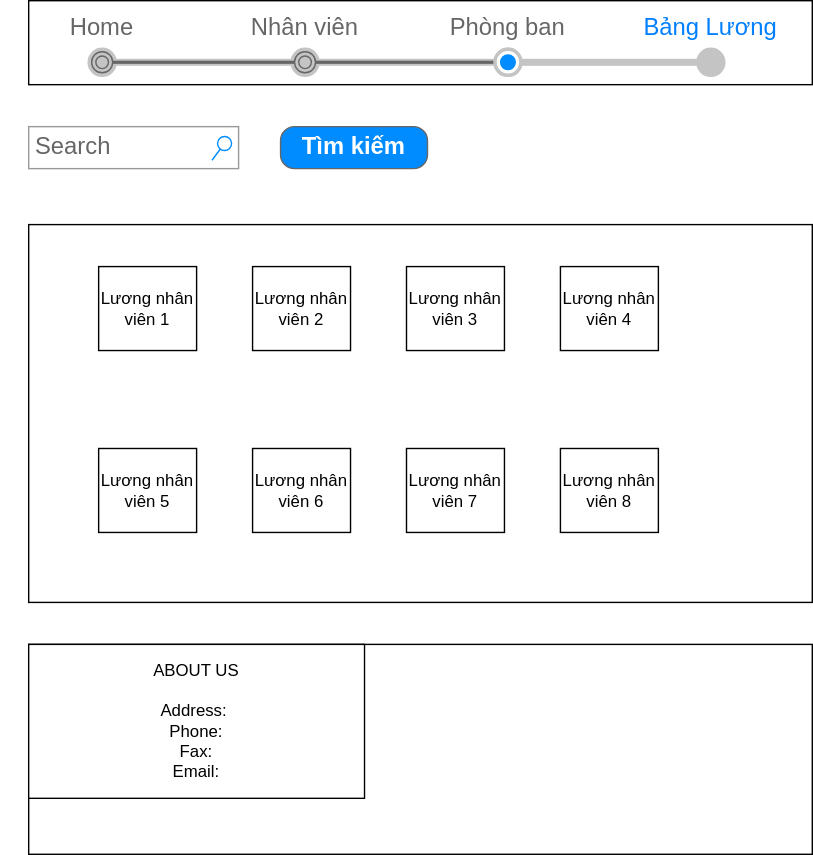
Above: Report/Salary.svg in minhngoc/FunixReacJSAsm (draw.io), before the change. Source tidied: cells renumbered, new cells last; positions are measured from the earlier drawing's top-left corner, leaving out a move shared by most shapes.
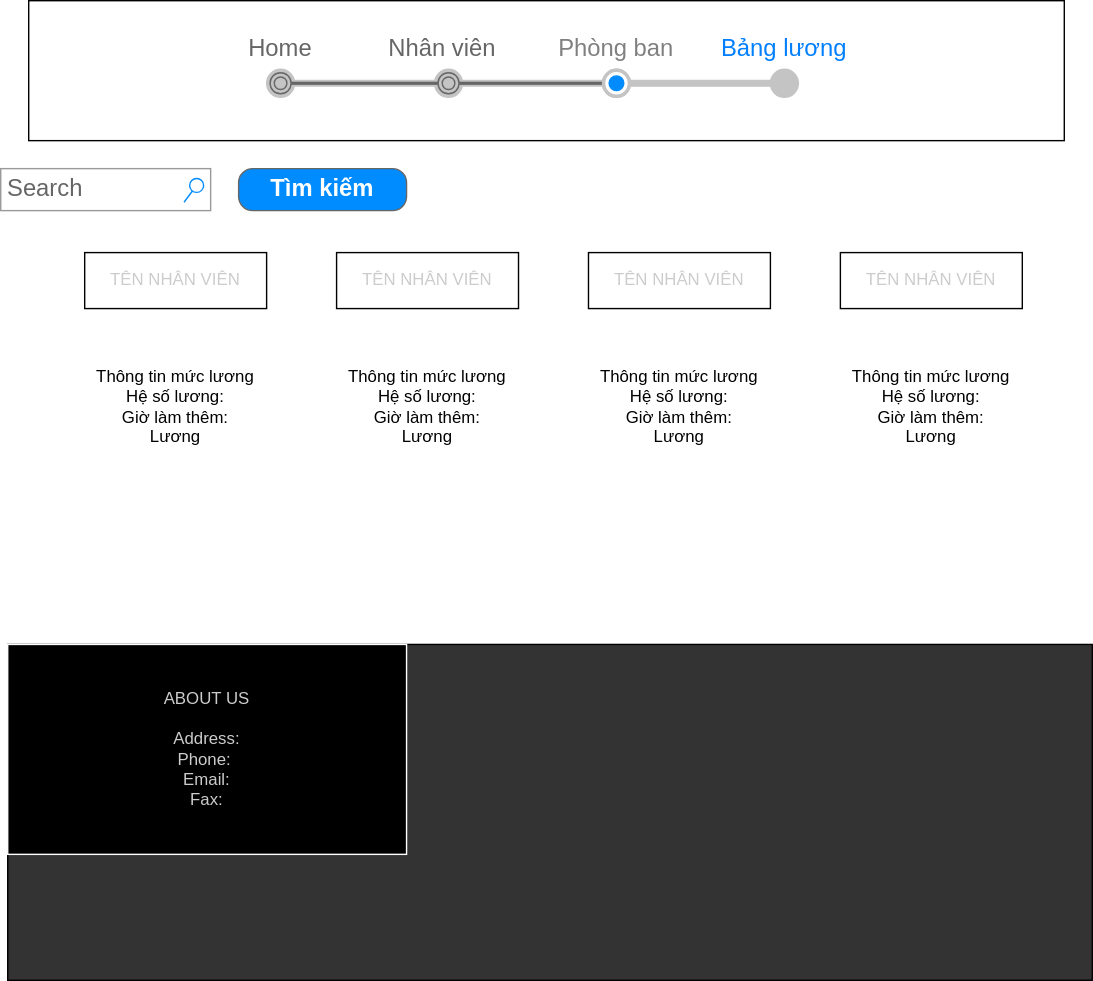
Above is the later version.

What changed in the source:
```diff
@@ -1,51 +1,48 @@
 <mxGraphModel>
   <root>
-    <mxCell id="0" />
-    <mxCell id="1" parent="0" />
-    <mxCell id="2" style="rounded=0;whiteSpace=wrap;html=1;" parent="1" vertex="1">
-      <mxGeometry x="20" width="560" height="60" as="geometry" />
-    </mxCell>
+    <mxCell id="17" />
+    <mxCell id="18" parent="17" />
+    <mxCell id="19" style="rounded=0;whiteSpace=wrap;html=1;" parent="18" vertex="1">
+      <mxGeometry x="40" y="10" width="740" height="100" as="geometry" />
+    </mxCell>
+    <mxCell id="20" value="&lt;table border=&quot;0&quot; cellpadding=&quot;0&quot; cellspacing=&quot;0&quot; width=&quot;100%&quot; style=&quot;font-size: 1em&quot;&gt;&lt;tbody&gt;&lt;tr&gt;&lt;td width=&quot;25%&quot;&gt;Home&lt;/td&gt;&lt;td width=&quot;25%&quot;&gt;&amp;nbsp; &amp;nbsp;Nhân viên&lt;span style=&quot;white-space: pre&quot;&gt;&#9;&lt;/span&gt;&lt;/td&gt;&lt;td width=&quot;25%&quot;&gt;&lt;font color=&quot;#808080&quot;&gt;Phòng ban&lt;/font&gt;&lt;/td&gt;&lt;td width=&quot;25%&quot;&gt;&lt;font color=&quot;#007fff&quot;&gt;Bảng lương&lt;/font&gt;&lt;/td&gt;&lt;/tr&gt;&lt;/tbody&gt;&lt;/table&gt;" style="strokeWidth=1;shadow=0;dashed=0;align=center;html=1;shape=mxgraph.mockup.navigation.stepBar;strokeColor=#c4c4c4;textColor=#666666;textColor2=#008cff;mainText=,,+,;textSize=17;fillColor=#666666;overflow=fill;fontSize=17;fontColor=#666666;" parent="18" vertex="1">
+      <mxGeometry x="160" y="35" width="480" height="50" as="geometry" />
+    </mxCell>
-    <mxCell id="3" value="Search" style="strokeWidth=1;shadow=0;dashed=0;align=center;html=1;shape=mxgraph.mockup.forms.searchBox;strokeColor=#999999;mainText=;strokeColor2=#008cff;fontColor=#666666;fontSize=17;align=left;spacingLeft=3;" parent="1" vertex="1">
-      <mxGeometry x="20" y="90" width="150" height="30" as="geometry" />
+    <mxCell id="3" value="Search" style="strokeWidth=1;shadow=0;dashed=0;align=center;html=1;shape=mxgraph.mockup.forms.searchBox;strokeColor=#999999;mainText=;strokeColor2=#008cff;fontColor=#666666;fontSize=17;align=left;spacingLeft=3;" parent="18" vertex="1">
+      <mxGeometry x="20" y="130" width="150" height="30" as="geometry" />
     </mxCell>
-    <mxCell id="4" value="Tìm kiếm" style="strokeWidth=1;shadow=0;dashed=0;align=center;html=1;shape=mxgraph.mockup.buttons.button;strokeColor=#666666;fontColor=#ffffff;mainText=;buttonStyle=round;fontSize=17;fontStyle=1;fillColor=#008cff;whiteSpace=wrap;" parent="1" vertex="1">
-      <mxGeometry x="200" y="90" width="105" height="30" as="geometry" />
+    <mxCell id="4" value="Tìm kiếm" style="strokeWidth=1;shadow=0;dashed=0;align=center;html=1;shape=mxgraph.mockup.buttons.button;strokeColor=#666666;fontColor=#ffffff;mainText=;buttonStyle=round;fontSize=17;fontStyle=1;fillColor=#008cff;whiteSpace=wrap;" parent="18" vertex="1">
+      <mxGeometry x="190" y="130" width="120" height="30" as="geometry" />
     </mxCell>
-    <mxCell id="5" style="rounded=0;whiteSpace=wrap;html=1;" parent="1" vertex="1">
-      <mxGeometry x="20" y="160" width="560" height="270" as="geometry" />
-    </mxCell>
-    <mxCell id="6" value="Lương nhân viên 1" style="rounded=0;whiteSpace=wrap;html=1;" parent="1" vertex="1">
-      <mxGeometry x="70" y="190" width="70" height="60" as="geometry" />
-    </mxCell>
-    <mxCell id="7" value="&lt;span&gt;Lương nhân viên 6&lt;/span&gt;" style="rounded=0;whiteSpace=wrap;html=1;" parent="1" vertex="1">
-      <mxGeometry x="180" y="320" width="70" height="60" as="geometry" />
-    </mxCell>
-    <mxCell id="8" value="&lt;span&gt;Lương nhân viên 2&lt;/span&gt;" style="rounded=0;whiteSpace=wrap;html=1;" parent="1" vertex="1">
-      <mxGeometry x="180" y="190" width="70" height="60" as="geometry" />
-    </mxCell>
-    <mxCell id="9" value="&lt;span&gt;Lương nhân viên 3&lt;/span&gt;" style="rounded=0;whiteSpace=wrap;html=1;" parent="1" vertex="1">
-      <mxGeometry x="290" y="190" width="70" height="60" as="geometry" />
-    </mxCell>
-    <mxCell id="10" value="&lt;span&gt;Lương nhân viên 7&lt;/span&gt;" style="rounded=0;whiteSpace=wrap;html=1;" parent="1" vertex="1">
-      <mxGeometry x="290" y="320" width="70" height="60" as="geometry" />
-    </mxCell>
-    <mxCell id="11" value="&lt;span&gt;Lương nhân viên 4&lt;/span&gt;" style="rounded=0;whiteSpace=wrap;html=1;" parent="1" vertex="1">
-      <mxGeometry x="400" y="190" width="70" height="60" as="geometry" />
-    </mxCell>
-    <mxCell id="12" value="&lt;span&gt;Lương nhân viên 5&lt;/span&gt;" style="rounded=0;whiteSpace=wrap;html=1;" parent="1" vertex="1">
-      <mxGeometry x="70" y="320" width="70" height="60" as="geometry" />
-    </mxCell>
-    <mxCell id="13" value="&lt;span&gt;Lương nhân viên 8&lt;/span&gt;" style="rounded=0;whiteSpace=wrap;html=1;" parent="1" vertex="1">
-      <mxGeometry x="400" y="320" width="70" height="60" as="geometry" />
-    </mxCell>
-    <mxCell id="14" style="rounded=0;whiteSpace=wrap;html=1;" parent="1" vertex="1">
-      <mxGeometry x="20" y="460" width="560" height="150" as="geometry" />
-    </mxCell>
-    <mxCell id="15" value="ABOUT US&lt;br&gt;&lt;br&gt;Address:&amp;nbsp;&lt;br&gt;Phone:&lt;br&gt;Fax:&lt;br&gt;Email:" style="rounded=0;whiteSpace=wrap;html=1;" parent="1" vertex="1">
-      <mxGeometry x="20" y="460" width="240" height="110" as="geometry" />
-    </mxCell>
-    <mxCell id="16" value="&lt;table border=&quot;0&quot; cellpadding=&quot;0&quot; cellspacing=&quot;0&quot; width=&quot;100%&quot; style=&quot;font-size: 1em&quot;&gt;&lt;tbody&gt;&lt;tr&gt;&lt;td width=&quot;25%&quot;&gt;Home&lt;/td&gt;&lt;td width=&quot;25%&quot;&gt;Nhân viên&lt;/td&gt;&lt;td width=&quot;25%&quot;&gt;Phòng ban&lt;/td&gt;&lt;td width=&quot;25%&quot;&gt;&lt;font color=&quot;#007fff&quot;&gt;Bảng Lương&lt;/font&gt;&lt;/td&gt;&lt;/tr&gt;&lt;/tbody&gt;&lt;/table&gt;" style="strokeWidth=1;shadow=0;dashed=0;align=center;html=1;shape=mxgraph.mockup.navigation.stepBar;strokeColor=#c4c4c4;textColor=#666666;textColor2=#008cff;mainText=,,+,;textSize=17;fillColor=#666666;overflow=fill;fontSize=17;fontColor=#666666;" parent="1" vertex="1">
-      <mxGeometry y="10" width="580" height="40" as="geometry" />
-    </mxCell>
+    <mxCell id="21" value="&lt;font color=&quot;#cccccc&quot;&gt;TÊN NHÂN VIÊN&lt;/font&gt;" style="rounded=0;whiteSpace=wrap;html=1;fontColor=#4D4D4D;" parent="18" vertex="1">
+      <mxGeometry x="80" y="190" width="130" height="40" as="geometry" />
+    </mxCell>
+    <mxCell id="22" style="rounded=0;whiteSpace=wrap;html=1;fontColor=#CCCCCC;fillColor=#333333;strokeColor=#000000;" parent="18" vertex="1">
+      <mxGeometry x="25" y="470" width="775" height="240" as="geometry" />
+    </mxCell>
+    <mxCell id="23" value="ABOUT US&lt;br&gt;&lt;br&gt;Address:&lt;br&gt;Phone:&amp;nbsp;&lt;br&gt;Email:&lt;br&gt;Fax:" style="rounded=0;whiteSpace=wrap;html=1;fontColor=#CCCCCC;strokeColor=#FFFFFF;fillColor=#000000;" parent="18" vertex="1">
+      <mxGeometry x="25" y="470" width="285" height="150" as="geometry" />
+    </mxCell>
+    <mxCell id="24" value="&lt;span style=&quot;color: rgb(204 , 204 , 204)&quot;&gt;TÊN NHÂN VIÊN&lt;/span&gt;" style="rounded=0;whiteSpace=wrap;html=1;fontColor=#4D4D4D;" parent="18" vertex="1">
+      <mxGeometry x="260" y="190" width="130" height="40" as="geometry" />
+    </mxCell>
+    <mxCell id="25" value="&lt;span style=&quot;color: rgb(204 , 204 , 204)&quot;&gt;TÊN NHÂN VIÊN&lt;/span&gt;" style="rounded=0;whiteSpace=wrap;html=1;fontColor=#4D4D4D;" parent="18" vertex="1">
+      <mxGeometry x="440" y="190" width="130" height="40" as="geometry" />
+    </mxCell>
+    <mxCell id="26" value="&lt;span style=&quot;color: rgb(204 , 204 , 204)&quot;&gt;TÊN NHÂN VIÊN&lt;/span&gt;" style="rounded=0;whiteSpace=wrap;html=1;fontColor=#4D4D4D;" parent="18" vertex="1">
+      <mxGeometry x="620" y="190" width="130" height="40" as="geometry" />
+    </mxCell>
+    <mxCell id="27" value="Thông tin mức lương&lt;br&gt;Hệ số lương:&lt;br&gt;Giờ làm thêm:&lt;br&gt;Lương" style="rounded=1;whiteSpace=wrap;html=1;fontColor=#000000;strokeColor=#FFFFFF;fillColor=#FFFFFF;" parent="18" vertex="1">
+      <mxGeometry x="85" y="240" width="120" height="120" as="geometry" />
+    </mxCell>
+    <mxCell id="28" value="Thông tin mức lương&lt;br&gt;Hệ số lương:&lt;br&gt;Giờ làm thêm:&lt;br&gt;Lương" style="rounded=1;whiteSpace=wrap;html=1;fontColor=#000000;strokeColor=#FFFFFF;fillColor=#FFFFFF;" parent="18" vertex="1">
+      <mxGeometry x="265" y="240" width="120" height="120" as="geometry" />
+    </mxCell>
+    <mxCell id="29" value="Thông tin mức lương&lt;br&gt;Hệ số lương:&lt;br&gt;Giờ làm thêm:&lt;br&gt;Lương" style="rounded=1;whiteSpace=wrap;html=1;fontColor=#000000;strokeColor=#FFFFFF;fillColor=#FFFFFF;" parent="18" vertex="1">
+      <mxGeometry x="445" y="240" width="120" height="120" as="geometry" />
+    </mxCell>
+    <mxCell id="30" value="Thông tin mức lương&lt;br&gt;Hệ số lương:&lt;br&gt;Giờ làm thêm:&lt;br&gt;Lương" style="rounded=1;whiteSpace=wrap;html=1;fontColor=#000000;strokeColor=#FFFFFF;fillColor=#FFFFFF;" parent="18" vertex="1">
+      <mxGeometry x="625" y="240" width="120" height="120" as="geometry" />
+    </mxCell>
   </root>
 </mxGraphModel>
```
